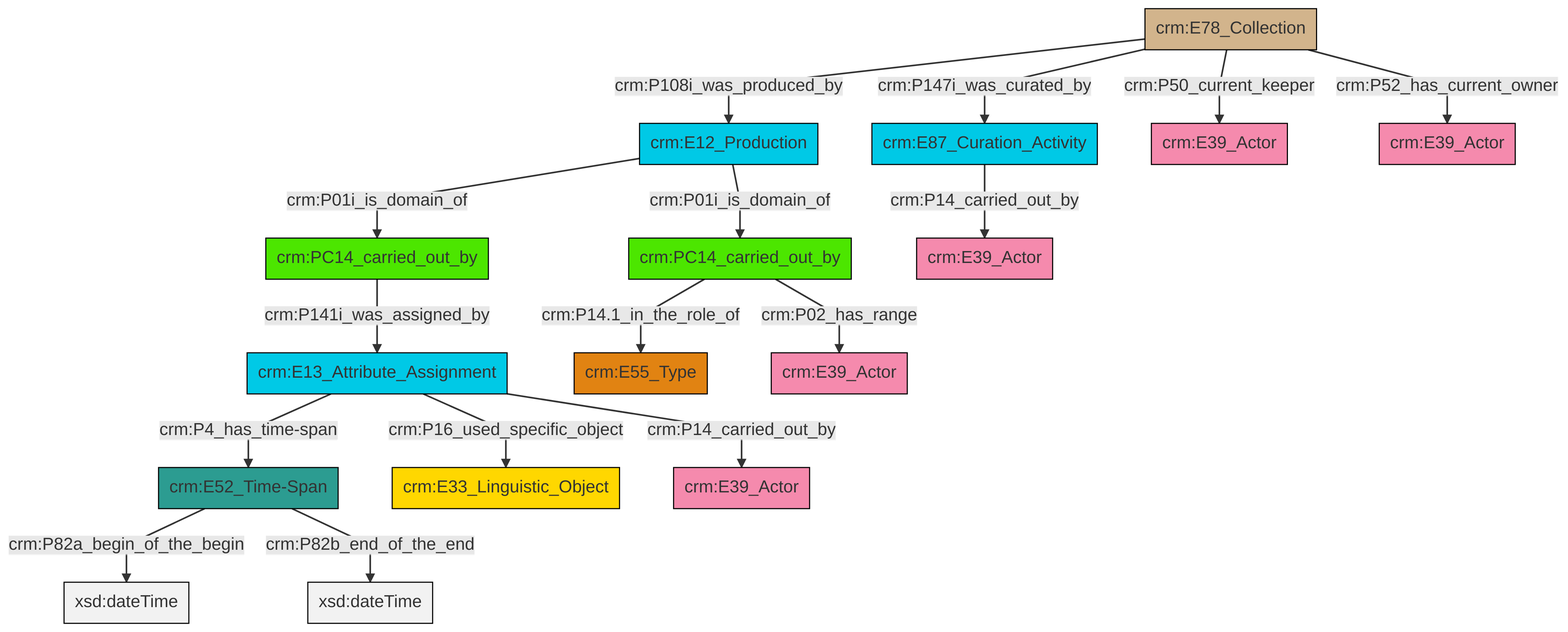
swiss-art-research-net/docs.swissartresearch keeps this Mermaid diagram as et/archivalCSV/ttl/mmd/png/archival_relation.png. Above is the earlier version. Its source is kept beside it as et/archivalCSV/ttl/mmd/archival_relation.ttl.mmd.
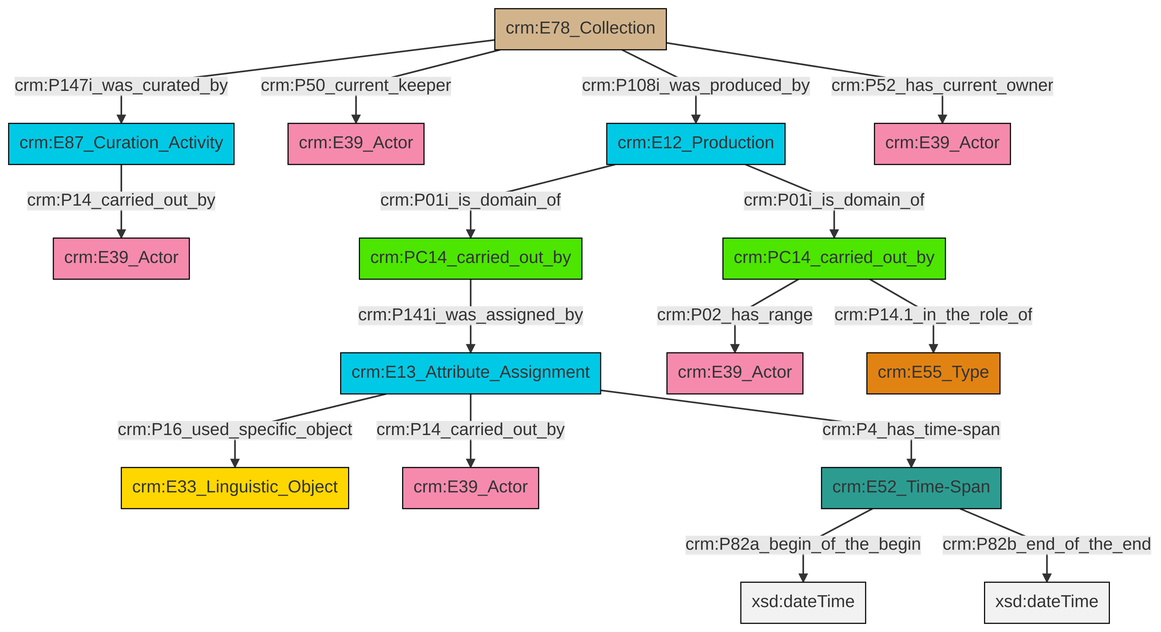
After the commit.

Diff of the diagram source:
```diff
@@ -13,18 +13,18 @@
 classDef PC_Classes fill:#4ce600, stroke:#000000;
 classDef Multi fill:#cccccc,stroke:#000000;
 
-0["crm:E52_Time-Span"]:::Time-Span -->|crm:P82a_begin_of_the_begin| 1[xsd:dateTime]:::Literal
-2["crm:E78_Collection"]:::Physical_Thing -->|crm:P147i_was_curated_by| 3["crm:E87_Curation_Activity"]:::Temporal_Entity
-4["crm:E12_Production"]:::Temporal_Entity -->|crm:P01i_is_domain_of| 5["crm:PC14_carried_out_by"]:::PC_Classes
-7["crm:E13_Attribute_Assignment"]:::Temporal_Entity -->|crm:P16_used_specific_object| 8["crm:E33_Linguistic_Object"]:::Conceptual_Object
-7["crm:E13_Attribute_Assignment"]:::Temporal_Entity -->|crm:P14_carried_out_by| 10["crm:E39_Actor"]:::Actor
-2["crm:E78_Collection"]:::Physical_Thing -->|crm:P50_current_keeper| 11["crm:E39_Actor"]:::Actor
-4["crm:E12_Production"]:::Temporal_Entity -->|crm:P01i_is_domain_of| 12["crm:PC14_carried_out_by"]:::PC_Classes
-0["crm:E52_Time-Span"]:::Time-Span -->|crm:P82b_end_of_the_end| 13[xsd:dateTime]:::Literal
-5["crm:PC14_carried_out_by"]:::PC_Classes -->|crm:P141i_was_assigned_by| 7["crm:E13_Attribute_Assignment"]:::Temporal_Entity
-2["crm:E78_Collection"]:::Physical_Thing -->|crm:P108i_was_produced_by| 4["crm:E12_Production"]:::Temporal_Entity
-12["crm:PC14_carried_out_by"]:::PC_Classes -->|crm:P02_has_range| 21["crm:E39_Actor"]:::Actor
-2["crm:E78_Collection"]:::Physical_Thing -->|crm:P52_has_current_owner| 14["crm:E39_Actor"]:::Actor
-3["crm:E87_Curation_Activity"]:::Temporal_Entity -->|crm:P14_carried_out_by| 17["crm:E39_Actor"]:::Actor
-12["crm:PC14_carried_out_by"]:::PC_Classes -->|crm:P14.1_in_the_role_of| 19["crm:E55_Type"]:::Type
-7["crm:E13_Attribute_Assignment"]:::Temporal_Entity -->|crm:P4_has_time-span| 0["crm:E52_Time-Span"]:::Time-Span
+2["crm:E52_Time-Span"]:::Time-Span -->|crm:P82a_begin_of_the_begin| 3[xsd:dateTime]:::Literal
+4["crm:PC14_carried_out_by"]:::PC_Classes -->|crm:P141i_was_assigned_by| 5["crm:E13_Attribute_Assignment"]:::Temporal_Entity
+6["crm:E78_Collection"]:::Physical_Thing -->|crm:P147i_was_curated_by| 7["crm:E87_Curation_Activity"]:::Temporal_Entity
+6["crm:E78_Collection"]:::Physical_Thing -->|crm:P50_current_keeper| 0["crm:E39_Actor"]:::Actor
+10["crm:E12_Production"]:::Temporal_Entity -->|crm:P01i_is_domain_of| 4["crm:PC14_carried_out_by"]:::PC_Classes
+7["crm:E87_Curation_Activity"]:::Temporal_Entity -->|crm:P14_carried_out_by| 18["crm:E39_Actor"]:::Actor
+2["crm:E52_Time-Span"]:::Time-Span -->|crm:P82b_end_of_the_end| 19[xsd:dateTime]:::Literal
+5["crm:E13_Attribute_Assignment"]:::Temporal_Entity -->|crm:P16_used_specific_object| 8["crm:E33_Linguistic_Object"]:::Conceptual_Object
+21["crm:PC14_carried_out_by"]:::PC_Classes -->|crm:P02_has_range| 22["crm:E39_Actor"]:::Actor
+10["crm:E12_Production"]:::Temporal_Entity -->|crm:P01i_is_domain_of| 21["crm:PC14_carried_out_by"]:::PC_Classes
+5["crm:E13_Attribute_Assignment"]:::Temporal_Entity -->|crm:P14_carried_out_by| 14["crm:E39_Actor"]:::Actor
+6["crm:E78_Collection"]:::Physical_Thing -->|crm:P108i_was_produced_by| 10["crm:E12_Production"]:::Temporal_Entity
+21["crm:PC14_carried_out_by"]:::PC_Classes -->|crm:P14.1_in_the_role_of| 26["crm:E55_Type"]:::Type
+5["crm:E13_Attribute_Assignment"]:::Temporal_Entity -->|crm:P4_has_time-span| 2["crm:E52_Time-Span"]:::Time-Span
+6["crm:E78_Collection"]:::Physical_Thing -->|crm:P52_has_current_owner| 12["crm:E39_Actor"]:::Actor
```
